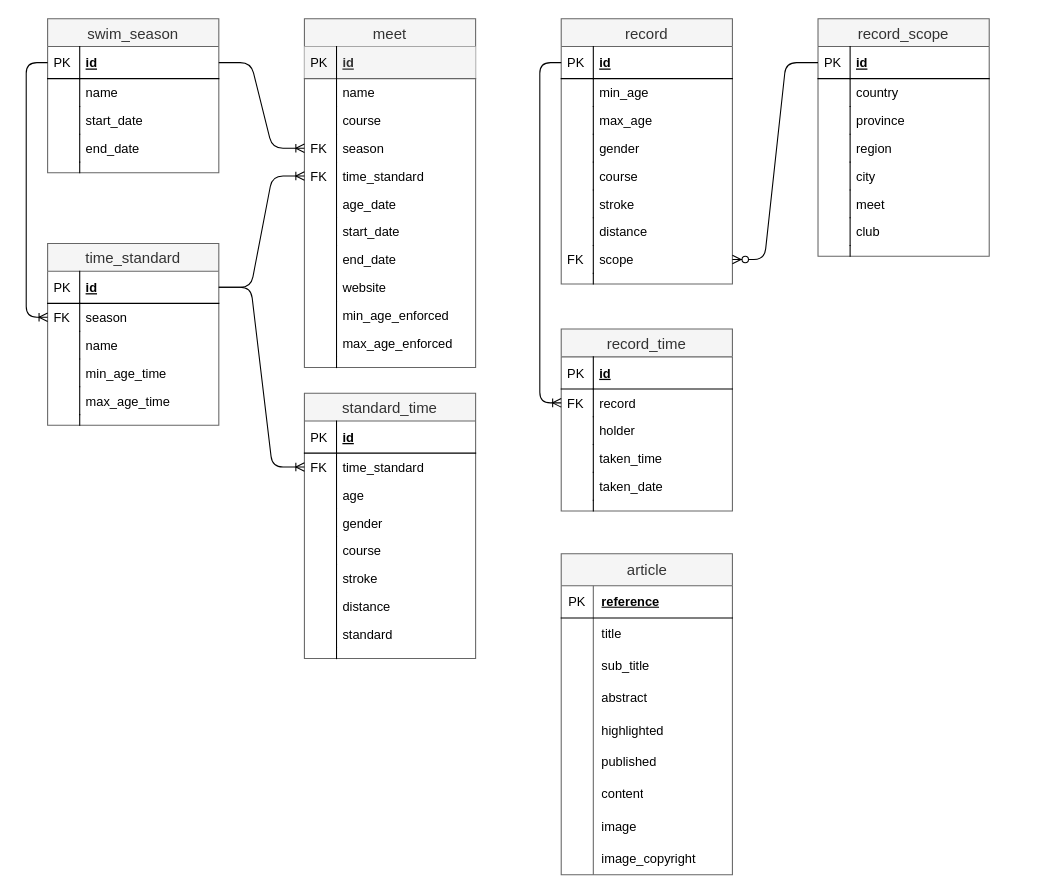
The draw.io diagram docs/models.drawio in geekswimmers/geekswimmers, before the edit. Source tidied: cells renumbered, new cells numbered last; positions are measured from the earlier drawing's top-left corner, leaving out a move shared by most shapes. Both pictures are drawn from the tidied source at 107%, with x=0, y=0 at pixel (26, 18).
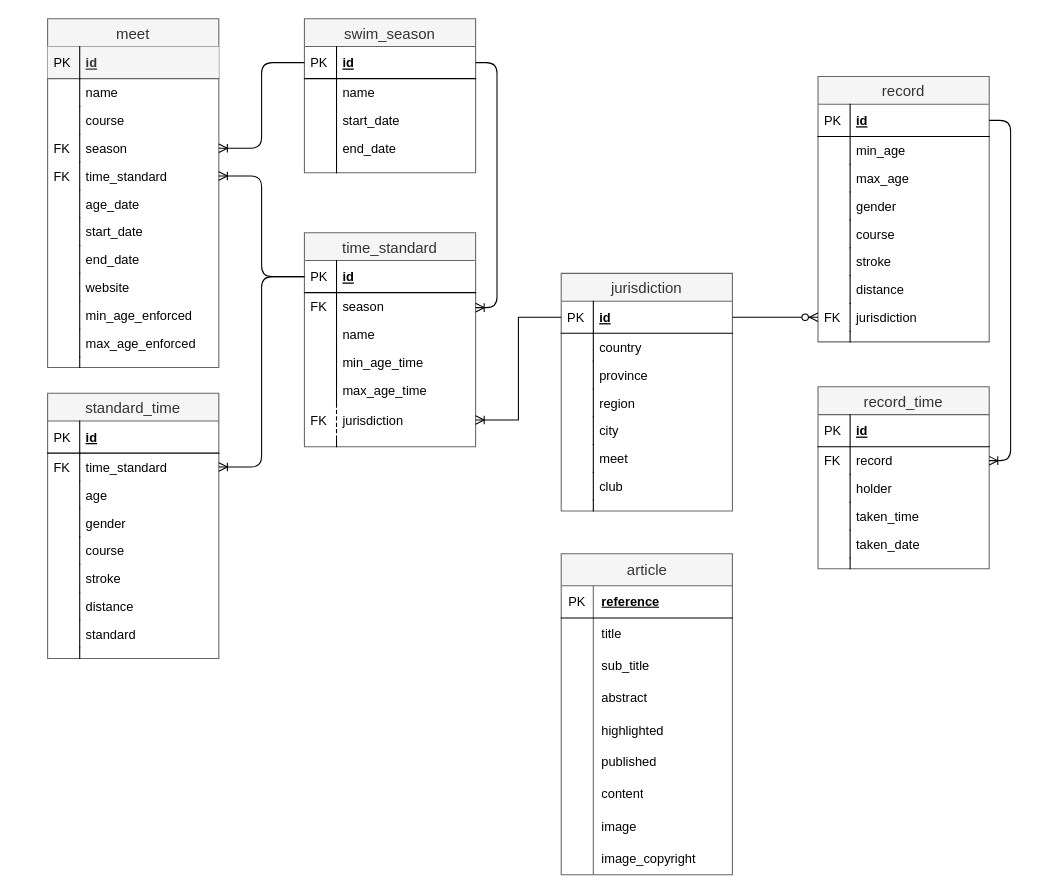
After the change.

Commit message:
Renamed the table record_scope to jurisdiction and linked it to time_standard too

Unchanged cells that the change refers to:
```xml
<mxCell id="3" value="id" style="shape=partialRectangle;top=0;left=0;right=0;bottom=1;align=left;verticalAlign=middle;fillColor=none;spacingLeft=34;spacingRight=4;overflow=hidden;points=[[0,0.5],[1,0.5]];portConstraint=eastwest;fontStyle=5;fontSize=12;" parent="2" vertex="1">
  <mxGeometry y="26" width="160" height="30" as="geometry" />
</mxCell>
<mxCell id="14" value="id" style="shape=partialRectangle;top=0;left=0;right=0;bottom=1;align=left;verticalAlign=middle;fillColor=none;spacingLeft=34;spacingRight=4;overflow=hidden;points=[[0,0.5],[1,0.5]];portConstraint=eastwest;fontStyle=5;fontSize=12;" parent="13" vertex="1">
  <mxGeometry y="26" width="160" height="30" as="geometry" />
</mxCell>
<mxCell id="16" value="season" style="shape=partialRectangle;top=0;left=0;right=0;bottom=0;align=left;verticalAlign=top;fillColor=none;spacingLeft=34;spacingRight=4;overflow=hidden;points=[[0,0.5],[1,0.5]];portConstraint=eastwest;fontSize=12;" parent="13" vertex="1">
  <mxGeometry y="56" width="160" height="26" as="geometry" />
</mxCell>
<mxCell id="29" value="time_standard" style="shape=partialRectangle;top=0;left=0;right=0;bottom=0;align=left;verticalAlign=top;fillColor=none;spacingLeft=34;spacingRight=4;overflow=hidden;points=[[0,0.5],[1,0.5]];portConstraint=eastwest;fontSize=12;" parent="26" vertex="1">
  <mxGeometry y="56" width="160" height="26" as="geometry" />
</mxCell>
<mxCell id="52" value="season" style="shape=partialRectangle;top=0;left=0;right=0;bottom=0;align=left;verticalAlign=top;fillColor=none;spacingLeft=34;spacingRight=4;overflow=hidden;points=[[0,0.5],[1,0.5]];portConstraint=eastwest;fontSize=12;" parent="45" vertex="1">
  <mxGeometry y="108" width="160" height="26" as="geometry" />
</mxCell>
<mxCell id="54" value="time_standard" style="shape=partialRectangle;top=0;left=0;right=0;bottom=0;align=left;verticalAlign=top;fillColor=none;spacingLeft=34;spacingRight=4;overflow=hidden;points=[[0,0.5],[1,0.5]];portConstraint=eastwest;fontSize=12;" parent="45" vertex="1">
  <mxGeometry y="134" width="160" height="26" as="geometry" />
</mxCell>
<mxCell id="75" value="id" style="shape=partialRectangle;top=0;left=0;right=0;bottom=1;align=left;verticalAlign=middle;fillColor=none;spacingLeft=34;spacingRight=4;overflow=hidden;points=[[0,0.5],[1,0.5]];portConstraint=eastwest;fontStyle=5;fontSize=12;" parent="74" vertex="1">
  <mxGeometry y="26" width="160" height="30" as="geometry" />
</mxCell>
<mxCell id="96" value="record" style="shape=partialRectangle;top=0;left=0;right=0;bottom=0;align=left;verticalAlign=top;fillColor=none;spacingLeft=34;spacingRight=4;overflow=hidden;points=[[0,0.5],[1,0.5]];portConstraint=eastwest;fontSize=12;" parent="93" vertex="1">
  <mxGeometry y="56" width="160" height="26" as="geometry" />
</mxCell>
<mxCell id="108" value="id" style="shape=partialRectangle;top=0;left=0;right=0;bottom=1;align=left;verticalAlign=middle;fillColor=none;spacingLeft=34;spacingRight=4;overflow=hidden;points=[[0,0.5],[1,0.5]];portConstraint=eastwest;fontStyle=5;fontSize=12;" parent="107" vertex="1">
  <mxGeometry y="26" width="160" height="30" as="geometry" />
</mxCell>
```

What changed in the source:
```diff
@@
     <mxCell id="2" value="swim_season" style="swimlane;fontStyle=0;horizontal=1;startSize=26;fillColor=#f5f5f5;swimlaneFillColor=#ffffff;align=center;fontSize=14;fontColor=#333333;strokeColor=#666666;" parent="1" vertex="1">
-      <mxGeometry x="20" width="160" height="144" as="geometry" />
+      <mxGeometry x="260" width="160" height="144" as="geometry" />
     </mxCell>
@@
     <mxCell id="13" value="time_standard" style="swimlane;fontStyle=0;horizontal=1;startSize=26;fillColor=#f5f5f5;swimlaneFillColor=#ffffff;align=center;fontSize=14;fontColor=#333333;strokeColor=#666666;" parent="1" vertex="1">
-      <mxGeometry x="20" y="210" width="160" height="170" as="geometry" />
+      <mxGeometry x="260" y="200" width="160" height="200" as="geometry" />
     </mxCell>
@@
+    <mxCell id="153" value="jurisdiction" style="shape=partialRectangle;fillColor=none;align=left;verticalAlign=middle;strokeColor=none;spacingLeft=34;points=[[0,0.5],[1,0.5]];portConstraint=eastwest;" parent="13" vertex="1">
+      <mxGeometry y="160" width="160" height="30" as="geometry" />
+    </mxCell>
+    <mxCell id="154" value="FK" style="shape=partialRectangle;top=0;left=0;bottom=0;fillColor=none;stokeWidth=1;dashed=1;align=left;verticalAlign=middle;spacingLeft=4;spacingRight=4;overflow=hidden;" parent="153" vertex="1">
+      <mxGeometry width="30" height="30" as="geometry" />
+    </mxCell>
     <mxCell id="24" style="shape=partialRectangle;top=0;left=0;right=0;bottom=0;align=left;verticalAlign=top;fillColor=none;spacingLeft=34;spacingRight=4;overflow=hidden;fontSize=12;" parent="13" vertex="1">
-      <mxGeometry y="160" width="160" height="10" as="geometry" />
+      <mxGeometry y="190" width="160" height="10" as="geometry" />
     </mxCell>
@@
     <mxCell id="26" value="standard_time" style="swimlane;fontStyle=0;horizontal=1;startSize=26;fillColor=#f5f5f5;swimlaneFillColor=#ffffff;align=center;fontSize=14;fontColor=#333333;strokeColor=#666666;" parent="1" vertex="1">
-      <mxGeometry x="260" y="350" width="160" height="248" as="geometry" />
+      <mxGeometry x="20" y="350" width="160" height="248" as="geometry" />
     </mxCell>
@@
     <mxCell id="45" value="meet" style="swimlane;fontStyle=0;horizontal=1;startSize=26;fillColor=#f5f5f5;swimlaneFillColor=#ffffff;align=center;fontSize=14;fontColor=#333333;strokeColor=#666666;" parent="1" vertex="1">
-      <mxGeometry x="260" width="160" height="326" as="geometry" />
+      <mxGeometry x="20" width="160" height="326" as="geometry" />
     </mxCell>
@@
-    <mxCell id="70" style="edgeStyle=orthogonalEdgeStyle;fontSize=12;html=1;endArrow=ERoneToMany;entryX=0;entryY=0.5;entryDx=0;entryDy=0;exitX=0;exitY=0.5;exitDx=0;exitDy=0;" parent="1" edge="1" source="3" target="16">
+    <mxCell id="70" style="edgeStyle=orthogonalEdgeStyle;fontSize=12;html=1;endArrow=ERoneToMany;" parent="1" edge="1" source="3" target="16">
       <mxGeometry relative="1" as="geometry">
         <Array as="points">
-          <mxPoint y="41" />
-          <mxPoint y="279" />
+          <mxPoint x="440" y="41" />
+          <mxPoint x="440" y="270" />
         </Array>
       </mxGeometry>
     </mxCell>
-    <mxCell id="71" style="edgeStyle=entityRelationEdgeStyle;fontSize=12;html=1;endArrow=ERoneToMany;" parent="1" edge="1" source="3" target="52">
+    <mxCell id="71" style="edgeStyle=orthogonalEdgeStyle;fontSize=12;html=1;endArrow=ERoneToMany;" parent="1" edge="1" source="3" target="52">
       <mxGeometry relative="1" as="geometry" />
     </mxCell>
-    <mxCell id="72" style="edgeStyle=entityRelationEdgeStyle;fontSize=12;html=1;endArrow=ERoneToMany;" parent="1" edge="1" source="14" target="29">
+    <mxCell id="72" style="edgeStyle=orthogonalEdgeStyle;fontSize=12;html=1;endArrow=ERoneToMany;" parent="1" edge="1" source="14" target="29">
       <mxGeometry relative="1" as="geometry" />
     </mxCell>
-    <mxCell id="73" style="edgeStyle=entityRelationEdgeStyle;fontSize=12;html=1;endArrow=ERoneToMany;" parent="1" edge="1" source="14" target="54">
+    <mxCell id="73" style="edgeStyle=orthogonalEdgeStyle;fontSize=12;html=1;endArrow=ERoneToMany;" parent="1" edge="1" source="14" target="54">
       <mxGeometry relative="1" as="geometry" />
     </mxCell>
     <mxCell id="74" value="record" style="swimlane;fontStyle=0;horizontal=1;startSize=26;fillColor=#f5f5f5;swimlaneFillColor=#ffffff;align=center;fontSize=14;fontColor=#333333;strokeColor=#666666;" parent="1" vertex="1">
-      <mxGeometry x="500" width="160" height="248" as="geometry" />
+      <mxGeometry x="740" y="54" width="160" height="248" as="geometry" />
     </mxCell>
@@
-    <mxCell id="89" value="scope" style="shape=partialRectangle;top=0;left=0;right=0;bottom=0;align=left;verticalAlign=top;fillColor=none;spacingLeft=34;spacingRight=4;overflow=hidden;points=[[0,0.5],[1,0.5]];portConstraint=eastwest;fontSize=12;" parent="74" vertex="1">
+    <mxCell id="89" value="jurisdiction" style="shape=partialRectangle;top=0;left=0;right=0;bottom=0;align=left;verticalAlign=top;fillColor=none;spacingLeft=34;spacingRight=4;overflow=hidden;points=[[0,0.5],[1,0.5]];portConstraint=eastwest;fontSize=12;" parent="74" vertex="1">
       <mxGeometry y="212" width="160" height="26" as="geometry" />
     </mxCell>
@@
     <mxCell id="93" value="record_time" style="swimlane;fontStyle=0;horizontal=1;startSize=26;fillColor=#f5f5f5;swimlaneFillColor=#ffffff;align=center;fontSize=14;fontColor=#333333;strokeColor=#666666;" parent="1" vertex="1">
-      <mxGeometry x="500" y="290" width="160" height="170" as="geometry" />
+      <mxGeometry x="740" y="344" width="160" height="170" as="geometry" />
     </mxCell>
@@
     <mxCell id="106" style="edgeStyle=orthogonalEdgeStyle;fontSize=12;html=1;endArrow=ERoneToMany;" parent="1" edge="1" source="75" target="96">
       <mxGeometry relative="1" as="geometry">
         <Array as="points">
-          <mxPoint x="480" y="41" />
-          <mxPoint x="480" y="359" />
+          <mxPoint x="920" y="95" />
+          <mxPoint x="920" y="413" />
         </Array>
       </mxGeometry>
     </mxCell>
-    <mxCell id="107" value="record_scope" style="swimlane;fontStyle=0;horizontal=1;startSize=26;fillColor=#f5f5f5;swimlaneFillColor=#ffffff;align=center;fontSize=14;fontColor=#333333;strokeColor=#666666;" parent="1" vertex="1">
-      <mxGeometry x="740" width="160" height="222" as="geometry" />
+    <mxCell id="107" value="jurisdiction" style="swimlane;fontStyle=0;horizontal=1;startSize=26;fillColor=#f5f5f5;swimlaneFillColor=#ffffff;align=center;fontSize=14;fontColor=#333333;strokeColor=#666666;" parent="1" vertex="1">
+      <mxGeometry x="500" y="238" width="160" height="222" as="geometry" />
     </mxCell>
@@
+    <mxCell id="155" style="edgeStyle=orthogonalEdgeStyle;fontSize=12;html=1;endArrow=ERoneToMany;rounded=0;" parent="1" edge="1" source="108" target="153">
+      <mxGeometry relative="1" as="geometry" />
+    </mxCell>
```
